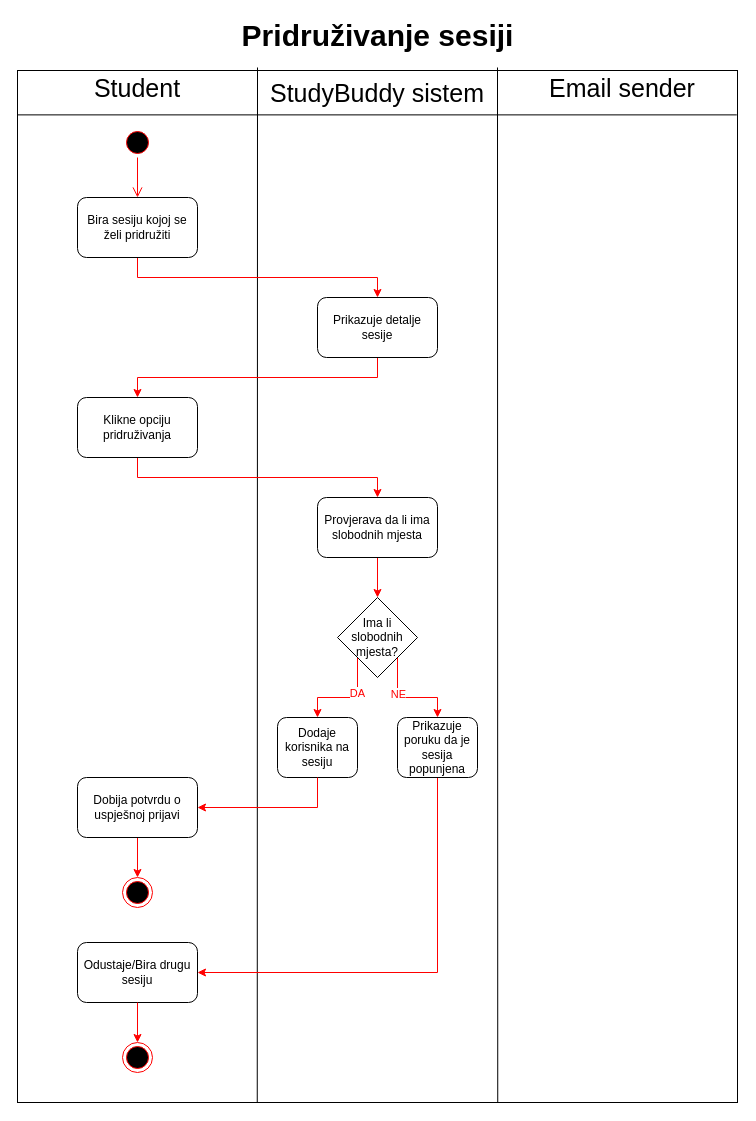
ooad-2025-26/Grupa8-Tim3 keeps this draw.io diagram as activity dijagrami/raw/Activity_pridruzivanje_sesiji.drawio. Above is the earlier version. Source tidied: cells renumbered, new cells numbered last; positions are measured from the earlier drawing's top-left corner, leaving out a move shared by most shapes. Both pictures are drawn from the tidied source at 100%, with x=0, y=0 at pixel (17, 22).
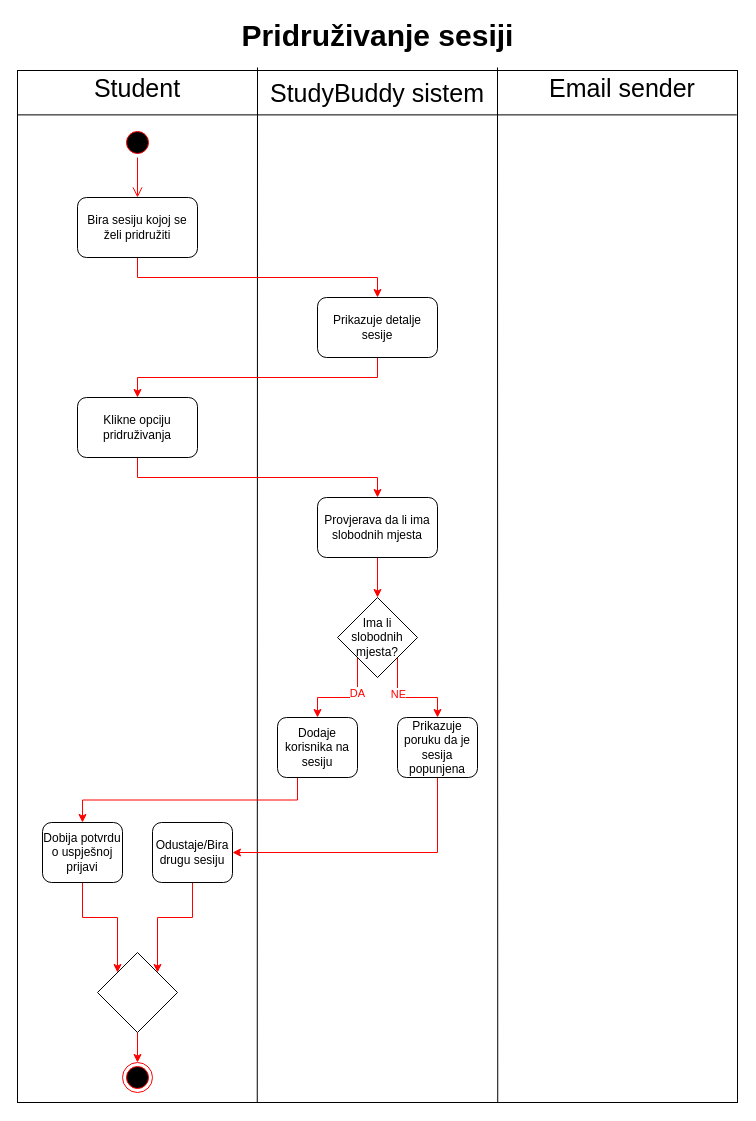
After the change.

Commit message (it also covers changes not shown here):
activity dijagrami - t3

The change refers to these unchanged cells:
```xml
<mxCell id="24" value="Dodaje korisnika na sesiju" style="rounded=1;whiteSpace=wrap;html=1;fillColor=none;strokeColor=light-dark(#000000,#000000);" parent="1" vertex="1">
  <mxGeometry x="260" y="695" width="80" height="60" as="geometry" />
</mxCell>
```

The edit, as a diff of the source:
```diff
@@
+    <mxCell id="30" style="edgeStyle=orthogonalEdgeStyle;rounded=0;jettySize=auto;html=1;exitX=0.25;exitY=1;exitDx=0;exitDy=0;entryX=0.5;entryY=0;entryDx=0;entryDy=0;strokeColor=#FF0000;" parent="1" edge="1" source="24" target="31">
+      <mxGeometry relative="1" as="geometry" />
+    </mxCell>
@@
-    <mxCell id="28" style="ellipse;html=1;shape=endState;fillColor=#000000;strokeColor=#ff0000;" parent="1" vertex="1">
-      <mxGeometry x="105" y="855" width="30" height="30" as="geometry" />
-    </mxCell>
-    <mxCell id="29" style="rounded=0;jettySize=auto;html=1;exitX=0.5;exitY=1;exitDx=0;exitDy=0;entryX=0.5;entryY=0;entryDx=0;entryDy=0;strokeColor=#FF0000;fontColor=#FF0000;" parent="1" edge="1" target="28">
-      <mxGeometry relative="1" as="geometry">
-        <mxPoint x="120" y="815" as="sourcePoint" />
-      </mxGeometry>
-    </mxCell>
-    <mxCell id="30" style="edgeStyle=orthogonalEdgeStyle;rounded=0;jettySize=auto;html=1;exitX=0.5;exitY=1;exitDx=0;exitDy=0;entryX=1;entryY=0.5;entryDx=0;entryDy=0;strokeColor=#FF0000;" parent="1" edge="1" source="24" target="31">
-      <mxGeometry relative="1" as="geometry" />
-    </mxCell>
-    <mxCell id="31" value="Dobija potvrdu o uspješnoj prijavi" style="rounded=1;whiteSpace=wrap;html=1;fillColor=none;strokeColor=light-dark(#000000,#000000);" parent="1" vertex="1">
-      <mxGeometry x="60" y="755" width="120" height="60" as="geometry" />
-    </mxCell>
-    <mxCell id="32" value="Odustaje/Bira drugu sesiju" style="rounded=1;whiteSpace=wrap;html=1;fillColor=none;strokeColor=light-dark(#000000,#000000);" parent="1" vertex="1">
-      <mxGeometry x="60" y="920" width="120" height="60" as="geometry" />
-    </mxCell>
     <mxCell id="33" style="ellipse;html=1;shape=endState;fillColor=#000000;strokeColor=#ff0000;" parent="1" vertex="1">
-      <mxGeometry x="105" y="1020" width="30" height="30" as="geometry" />
+      <mxGeometry x="105" y="1040" width="30" height="30" as="geometry" />
     </mxCell>
     <mxCell id="34" style="rounded=0;jettySize=auto;html=1;exitX=0.5;exitY=1;exitDx=0;exitDy=0;entryX=0.5;entryY=0;entryDx=0;entryDy=0;strokeColor=#FF0000;fontColor=#FF0000;" parent="1" edge="1" target="33">
       <mxGeometry relative="1" as="geometry">
-        <mxPoint x="120" y="980" as="sourcePoint" />
+        <mxPoint x="120" y="1010" as="sourcePoint" />
       </mxGeometry>
     </mxCell>
+    <mxCell id="35" style="edgeStyle=orthogonalEdgeStyle;rounded=0;jettySize=auto;html=1;exitX=0.5;exitY=1;exitDx=0;exitDy=0;entryX=0;entryY=0;entryDx=0;entryDy=0;strokeColor=#FF0000;" parent="1" edge="1" source="31" target="37">
+      <mxGeometry relative="1" as="geometry" />
+    </mxCell>
+    <mxCell id="31" value="Dobija potvrdu o uspješnoj prijavi" style="rounded=1;whiteSpace=wrap;html=1;fillColor=none;strokeColor=light-dark(#000000,#000000);" parent="1" vertex="1">
+      <mxGeometry x="25" y="800" width="80" height="60" as="geometry" />
+    </mxCell>
+    <mxCell id="36" style="edgeStyle=orthogonalEdgeStyle;rounded=0;jettySize=auto;html=1;exitX=0.5;exitY=1;exitDx=0;exitDy=0;entryX=1;entryY=0;entryDx=0;entryDy=0;strokeColor=#FF0000;" parent="1" edge="1" source="32" target="37">
+      <mxGeometry relative="1" as="geometry" />
+    </mxCell>
+    <mxCell id="32" value="Odustaje/Bira drugu sesiju" style="rounded=1;whiteSpace=wrap;html=1;fillColor=none;strokeColor=light-dark(#000000,#000000);" parent="1" vertex="1">
+      <mxGeometry x="135" y="800" width="80" height="60" as="geometry" />
+    </mxCell>
+    <mxCell id="37" style="rhombus;whiteSpace=wrap;html=1;fillColor=none;" parent="1" vertex="1">
+      <mxGeometry x="80" y="930" width="80" height="80" as="geometry" />
+    </mxCell>
```
